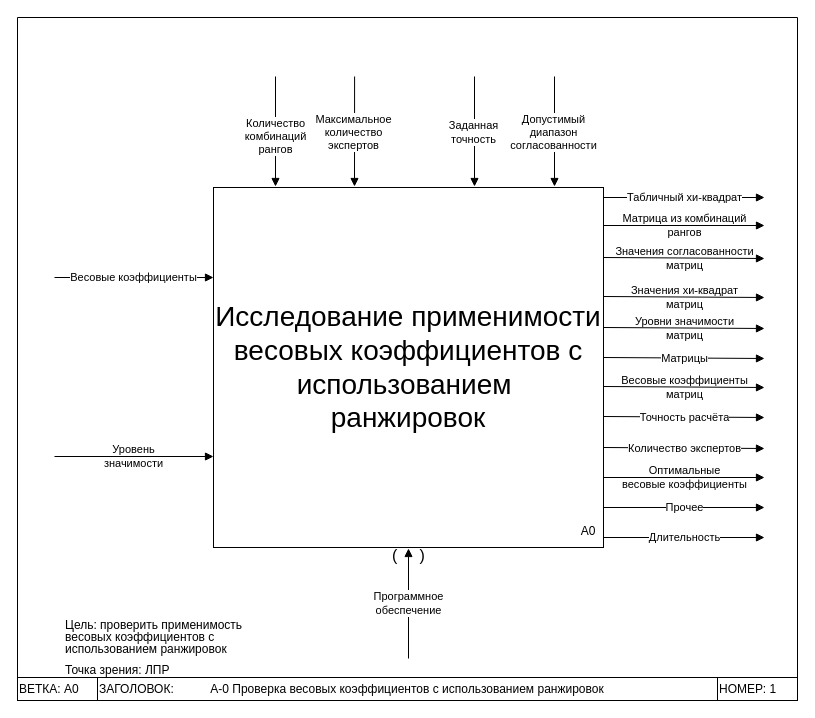
Before: page "Контекстная" (1 of 3) of draw_io/idef0 prog v2.drawio in Dimj1k/Works, a draw.io diagram. Source tidied: cells renumbered, new cells numbered last; positions are measured from the earlier drawing's top-left corner, leaving out a move shared by most shapes. Both pictures are drawn from the tidied source at 100%, with x=0, y=0 at pixel (17, 17).
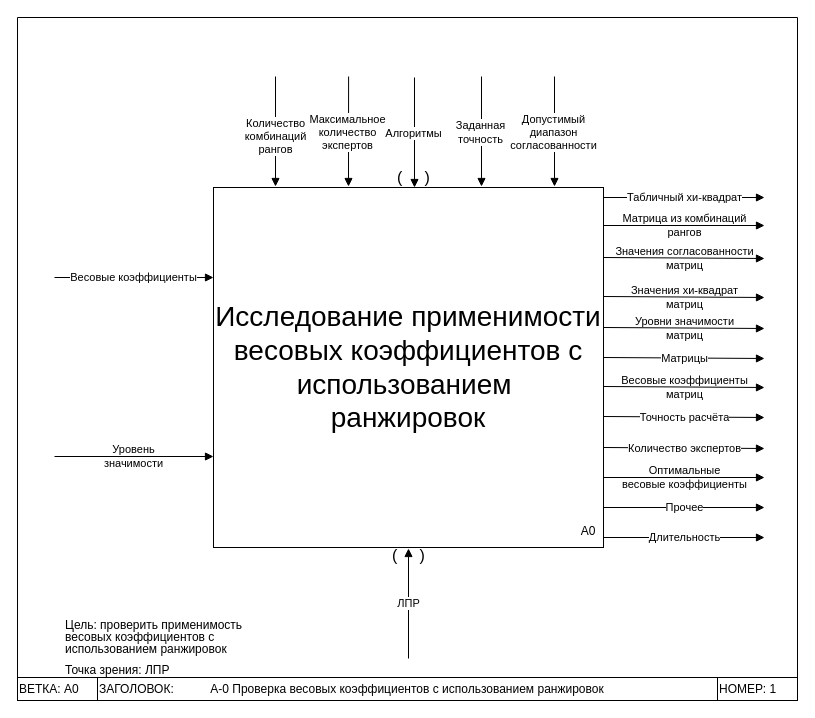
Above is the later version.

The change refers to these unchanged cells:
```xml
<mxCell id="2" style="swimlane;direction=west;" parent="1" vertex="1">
  <mxGeometry width="780" height="683" as="geometry" />
</mxCell>
```

The edit, as a diff of the source:
```diff
@@
     <mxCell id="11" value="Максимальное&lt;br&gt;количество&lt;br&gt;экспертов" style="endArrow=block;html=1;rounded=0;entryX=0.105;entryY=0;entryDx=0;entryDy=0;endFill=1;entryPerimeter=0;" parent="2" edge="1">
       <mxGeometry x="0.01" relative="1" as="geometry">
-        <mxPoint x="337.1" y="59" as="sourcePoint" />
-        <mxPoint x="337" y="169" as="targetPoint" />
+        <mxPoint x="331.1" y="59" as="sourcePoint" />
+        <mxPoint x="331" y="169" as="targetPoint" />
         <mxPoint x="-1" as="offset" />
       </mxGeometry>
     </mxCell>
@@
-    <mxCell id="13" value="Программное&lt;br&gt;обеспечение" style="endArrow=block;html=1;rounded=0;entryX=0.5;entryY=1;entryDx=0;entryDy=0;endFill=1;" parent="2" edge="1">
+    <mxCell id="13" value="ЛПР" style="endArrow=block;html=1;rounded=0;entryX=0.5;entryY=1;entryDx=0;entryDy=0;endFill=1;" parent="2" edge="1">
       <mxGeometry relative="1" as="geometry">
         <mxPoint x="391" y="641" as="sourcePoint" />
         <mxPoint x="391" y="531" as="targetPoint" />
       </mxGeometry>
     </mxCell>
@@
     <mxCell id="17" value="Заданная&lt;br&gt;точность" style="endArrow=block;html=1;rounded=0;entryX=0.105;entryY=0;entryDx=0;entryDy=0;endFill=1;entryPerimeter=0;" parent="2" edge="1">
       <mxGeometry x="0.01" y="-1" relative="1" as="geometry">
-        <mxPoint x="457" y="59" as="sourcePoint" />
-        <mxPoint x="457" y="169" as="targetPoint" />
+        <mxPoint x="464" y="59" as="sourcePoint" />
+        <mxPoint x="464" y="169" as="targetPoint" />
       </mxGeometry>
     </mxCell>
@@
+    <mxCell id="31" value="Алгоритмы" style="endArrow=block;html=1;rounded=0;entryX=0.105;entryY=0;entryDx=0;entryDy=0;endFill=1;entryPerimeter=0;" parent="2" edge="1">
+      <mxGeometry x="0.01" y="-1" relative="1" as="geometry">
+        <mxPoint x="397" y="60" as="sourcePoint" />
+        <mxPoint x="397" y="170" as="targetPoint" />
+      </mxGeometry>
+    </mxCell>
+    <mxCell id="32" value="&lt;font style=&quot;font-size: 16px;&quot;&gt;(&amp;nbsp; &amp;nbsp; &amp;nbsp;)&lt;/font&gt;" style="text;html=1;align=center;verticalAlign=middle;strokeColor=none;fillColor=none;" parent="2" vertex="1">
+      <mxGeometry x="366" y="145" width="60" height="30" as="geometry" />
+    </mxCell>
```
